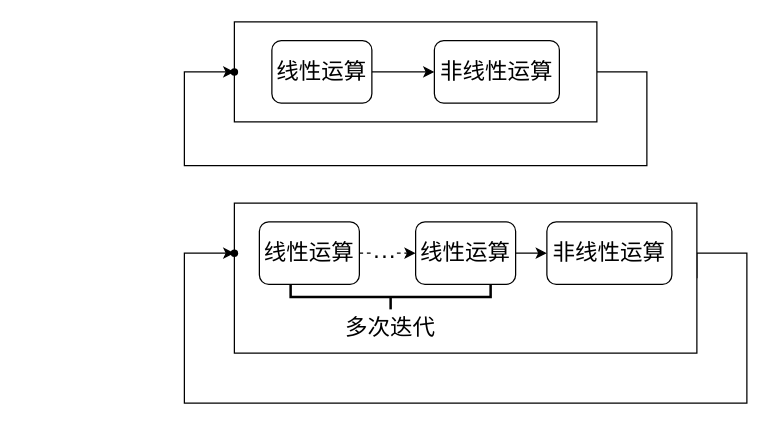
Earlier version of the draw.io diagram Wechat5.drawio (LanxinHe/CHEMP_figs). Source tidied: cells renumbered, new cells numbered last; positions are measured from the earlier drawing's top-left corner, leaving out a move shared by most shapes. Both pictures are drawn from the tidied source at 125%, with x=0, y=0 at pixel (184, 21).
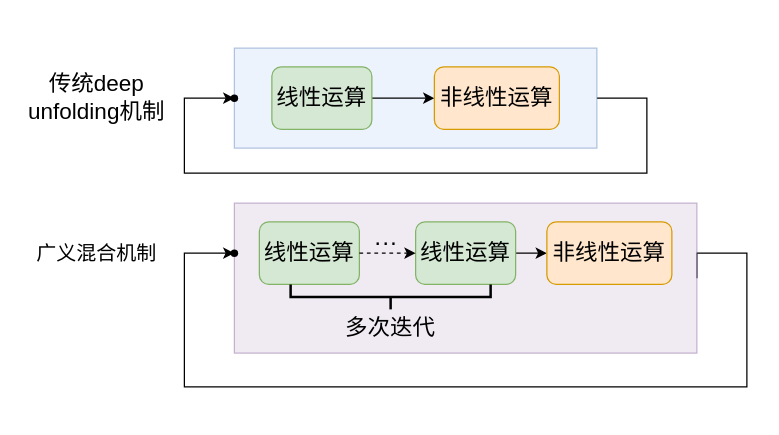
The same diagram, later.

Commit message (it also covers changes not shown here):
Mettre à jour Wechat5.drawio

Unchanged cells that the change refers to:
```xml
<mxCell id="13" style="shape=waypoint;sketch=0;size=6;points=[];fillColor=default;perimeter=centerPerimeter;snapToPoint=1;rounded=0;" parent="1" vertex="1">
  <mxGeometry x="30" y="175" width="20" height="20" as="geometry" />
</mxCell>
<mxCell id="16" style="endArrow=classic;html=1;rounded=0;dashed=1;entryX=0;entryY=0.5;entryDx=0;entryDy=0;exitX=1;exitY=0.5;exitDx=0;exitDy=0;" parent="1" edge="1" source="11" target="14">
  <mxGeometry relative="1" as="geometry" />
</mxCell>
```

Change to the diagram source:
```diff
@@
     <mxCell id="2" style="edgeStyle=orthogonalEdgeStyle;rounded=0;jettySize=auto;html=1;exitX=1;exitY=0.5;exitDx=0;exitDy=0;" parent="1" edge="1" source="3" target="7">
       <mxGeometry relative="1" as="geometry">
         <Array as="points">
-          <mxPoint x="370" y="40" />
-          <mxPoint x="370" y="115" />
-          <mxPoint y="115" />
-          <mxPoint y="40" />
+          <mxPoint x="370" y="61" />
+          <mxPoint x="370" y="121" />
+          <mxPoint y="121" />
+          <mxPoint y="61" />
         </Array>
       </mxGeometry>
     </mxCell>
-    <mxCell id="3" style="rounded=0;whiteSpace=wrap;html=1;" parent="1" vertex="1">
-      <mxGeometry x="40" width="290" height="80" as="geometry" />
+    <mxCell id="3" style="rounded=0;whiteSpace=wrap;html=1;fillColor=#dae8fc;strokeColor=#6c8ebf;fillStyle=auto;opacity=50;" parent="1" vertex="1">
+      <mxGeometry x="40" y="21" width="290" height="80" as="geometry" />
     </mxCell>
@@
-    <mxCell id="5" value="&lt;font style=&quot;font-size: 18px;&quot;&gt;线性运算&lt;/font&gt;" style="rounded=1;whiteSpace=wrap;html=1;" parent="1" vertex="1">
-      <mxGeometry x="70" y="15" width="80" height="50" as="geometry" />
+    <mxCell id="5" value="&lt;font style=&quot;font-size: 18px;&quot;&gt;线性运算&lt;/font&gt;" style="rounded=1;whiteSpace=wrap;html=1;fillColor=#d5e8d4;strokeColor=#82b366;" parent="1" vertex="1">
+      <mxGeometry x="70" y="36" width="80" height="50" as="geometry" />
     </mxCell>
-    <mxCell id="6" value="&lt;font style=&quot;font-size: 18px;&quot;&gt;非线性运算&lt;/font&gt;" style="rounded=1;whiteSpace=wrap;html=1;" parent="1" vertex="1">
-      <mxGeometry x="200" y="15" width="100" height="50" as="geometry" />
+    <mxCell id="6" value="&lt;font style=&quot;font-size: 18px;&quot;&gt;非线性运算&lt;/font&gt;" style="rounded=1;whiteSpace=wrap;html=1;fillColor=#ffe6cc;strokeColor=#d79b00;" parent="1" vertex="1">
+      <mxGeometry x="200" y="36" width="100" height="50" as="geometry" />
     </mxCell>
     <mxCell id="7" style="shape=waypoint;sketch=0;size=6;points=[];fillColor=default;perimeter=centerPerimeter;snapToPoint=1;rounded=0;" parent="1" vertex="1">
-      <mxGeometry x="30" y="30" width="20" height="20" as="geometry" />
+      <mxGeometry x="30" y="51" width="20" height="20" as="geometry" />
     </mxCell>
     <mxCell id="8" style="edgeStyle=orthogonalEdgeStyle;rounded=0;jettySize=auto;html=1;exitX=1;exitY=0.5;exitDx=0;exitDy=0;" parent="1" edge="1" source="9" target="13">
       <mxGeometry relative="1" as="geometry">
         <Array as="points">
           <mxPoint x="410" y="185" />
           <mxPoint x="450" y="185" />
-          <mxPoint x="450" y="305" />
-          <mxPoint y="305" />
+          <mxPoint x="450" y="292" />
+          <mxPoint y="292" />
           <mxPoint y="185" />
         </Array>
       </mxGeometry>
     </mxCell>
-    <mxCell id="9" style="rounded=0;whiteSpace=wrap;html=1;" parent="1" vertex="1">
+    <mxCell id="9" style="rounded=0;whiteSpace=wrap;html=1;fillColor=#e1d5e7;strokeColor=#9673a6;fillStyle=auto;strokeWidth=1;opacity=50;" parent="1" vertex="1">
       <mxGeometry x="40" y="145" width="370" height="120" as="geometry" />
     </mxCell>
@@
-    <mxCell id="11" value="&lt;font style=&quot;font-size: 18px;&quot;&gt;线性运算&lt;/font&gt;" style="rounded=1;whiteSpace=wrap;html=1;" parent="1" vertex="1">
+    <mxCell id="11" value="&lt;font style=&quot;font-size: 18px;&quot;&gt;线性运算&lt;/font&gt;" style="rounded=1;whiteSpace=wrap;html=1;fillColor=#d5e8d4;strokeColor=#82b366;" parent="1" vertex="1">
       <mxGeometry x="60" y="160" width="80" height="50" as="geometry" />
     </mxCell>
-    <mxCell id="12" value="&lt;font style=&quot;font-size: 18px;&quot;&gt;非线性运算&lt;/font&gt;" style="rounded=1;whiteSpace=wrap;html=1;" parent="1" vertex="1">
+    <mxCell id="12" value="&lt;font style=&quot;font-size: 18px;&quot;&gt;非线性运算&lt;/font&gt;" style="rounded=1;whiteSpace=wrap;html=1;fillColor=#ffe6cc;strokeColor=#d79b00;" parent="1" vertex="1">
       <mxGeometry x="290" y="160" width="100" height="50" as="geometry" />
     </mxCell>
@@
-    <mxCell id="14" value="&lt;font style=&quot;font-size: 18px;&quot;&gt;线性运算&lt;/font&gt;" style="rounded=1;whiteSpace=wrap;html=1;" parent="1" vertex="1">
+    <mxCell id="14" value="&lt;font style=&quot;font-size: 18px;&quot;&gt;线性运算&lt;/font&gt;" style="rounded=1;whiteSpace=wrap;html=1;fillColor=#d5e8d4;strokeColor=#82b366;" parent="1" vertex="1">
       <mxGeometry x="185" y="160" width="80" height="50" as="geometry" />
     </mxCell>
@@
-    <mxCell id="17" value="&lt;font style=&quot;font-size: 19px;&quot;&gt;···&lt;/font&gt;" style="edgeLabel;html=1;align=center;verticalAlign=middle;" parent="16" vertex="1">
-      <mxGeometry x="-0.15" y="-1" relative="1" as="geometry" />
+    <mxCell id="17" value="&lt;font style=&quot;font-size: 19px;&quot;&gt;···&lt;/font&gt;" style="edgeLabel;html=1;align=center;verticalAlign=middle;labelBackgroundColor=none;" parent="16" vertex="1">
+      <mxGeometry x="-0.15" y="-1" relative="1" as="geometry">
+        <mxPoint x="1" y="-10" as="offset" />
+      </mxGeometry>
     </mxCell>
@@
+    <mxCell id="20" value="&lt;font style=&quot;font-size: 18px;&quot;&gt;传统deep unfolding机制&lt;/font&gt;" style="text;html=1;align=center;verticalAlign=middle;whiteSpace=wrap;rounded=0;" parent="1" vertex="1">
+      <mxGeometry x="-130" y="46" width="120" height="30" as="geometry" />
+    </mxCell>
+    <mxCell id="21" value="&lt;font style=&quot;font-size: 16px;&quot;&gt;广义混合机制&lt;/font&gt;" style="text;html=1;align=center;verticalAlign=middle;whiteSpace=wrap;rounded=0;" parent="1" vertex="1">
+      <mxGeometry x="-120" y="170" width="100" height="30" as="geometry" />
+    </mxCell>
```
